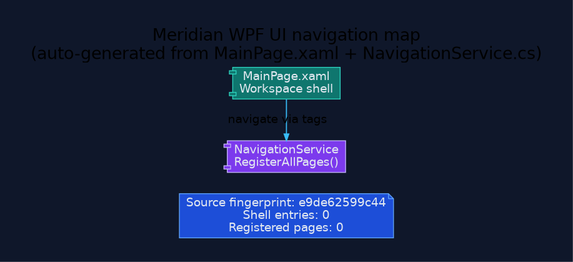
Earlier version of the Graphviz export docs/diagrams/ui-navigation-map.png (rodoHasArrived/Meridian-main). Its source is kept beside it as docs/diagrams/ui-navigation-map.dot.
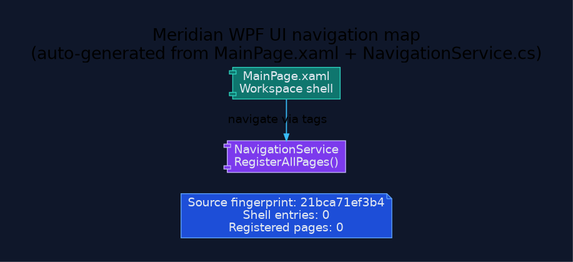
After the commit.

The edit, as a diff of the source:
```diff
@@ -13,7 +13,7 @@
   node [fontname="Segoe UI", shape=box, style="rounded,filled", color="#475569", fontcolor="#e2e8f0", fillcolor="#1e293b"];
   edge [fontname="Segoe UI", color="#94a3b8", penwidth=1.3, arrowsize=0.8];
 
-  generated [shape=note, fillcolor="#1d4ed8", color="#60a5fa", label="Source fingerprint: e9de62599c44\nShell entries: 0\nRegistered pages: 0"];
+  generated [shape=note, fillcolor="#1d4ed8", color="#60a5fa", label="Source fingerprint: 21bca71ef3b4\nShell entries: 0\nRegistered pages: 0"];
   shell [shape=component, fillcolor="#0f766e", color="#2dd4bf", label="MainPage.xaml\nWorkspace shell"];
   navigation [shape=component, fillcolor="#7c3aed", color="#c4b5fd", label="NavigationService\nRegisterAllPages()"];
   shell -> navigation [label="navigate via tags", color="#38bdf8"];
```
